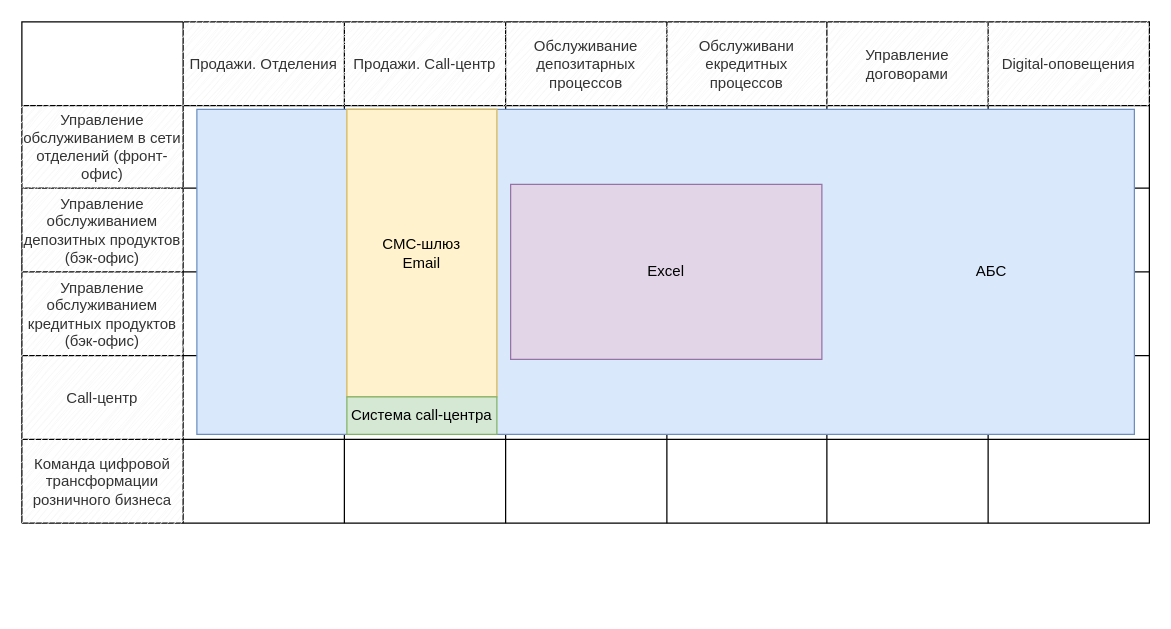
Before: Exc1/it_landscape_map.drawio in frolmr/architecture-sprint-9, a draw.io diagram. Source tidied: cells renumbered, new cells numbered last; positions are measured from the earlier drawing's top-left corner, leaving out a move shared by most shapes. Both pictures are drawn from the tidied source at 125%, with x=0, y=0 at pixel (21, 21).
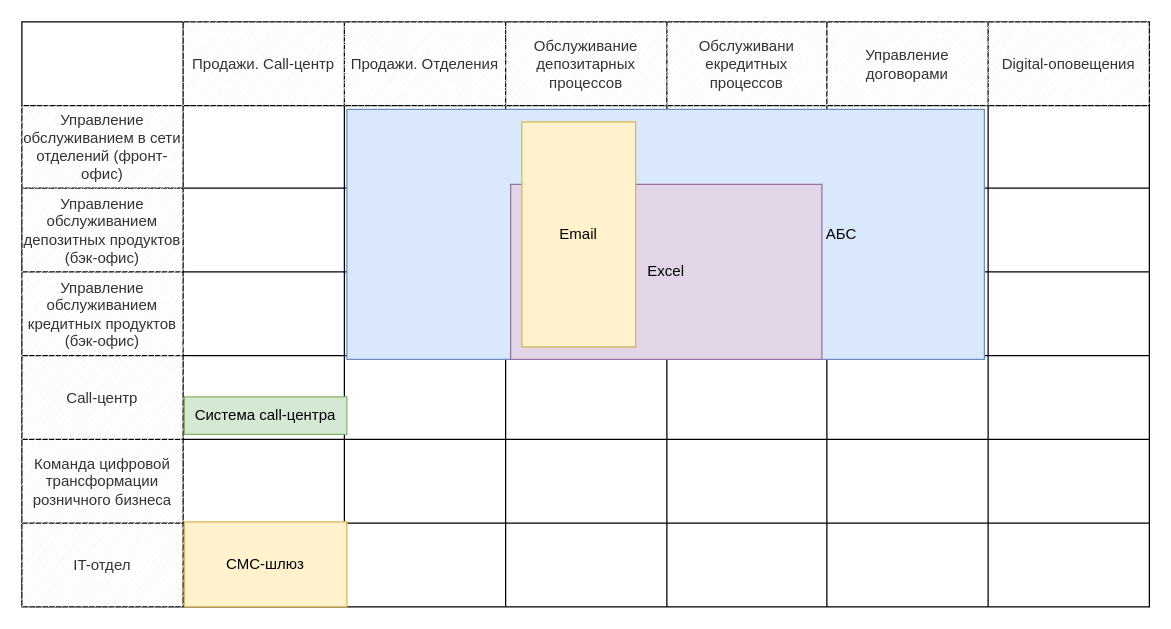
After the change.

Unchanged cells that the change refers to:
```xml
<mxCell id="3" style="shape=tableRow;horizontal=0;startSize=0;swimlaneHead=0;swimlaneBody=0;strokeColor=inherit;top=0;left=0;bottom=0;right=0;fillColor=none;fontSize=12;" parent="2" vertex="1">
  <mxGeometry width="902" height="67" as="geometry" />
</mxCell>
```

Diff of the diagram source:
```diff
@@
     <mxCell id="2" style="shape=table;startSize=0;childLayout=tableLayout;fontSize=12;align=center;" parent="1" vertex="1">
-      <mxGeometry width="902" height="401" as="geometry" />
+      <mxGeometry width="902" height="468" as="geometry" />
     </mxCell>
@@
-    <mxCell id="5" value="Продажи. Отделения" style="shape=partialRectangle;html=1;whiteSpace=wrap;strokeColor=#666666;overflow=hidden;fillColor=#f5f5f5;top=0;left=0;bottom=0;right=0;fontSize=12;fontColor=#333333;sketch=1;curveFitting=1;jiggle=2;" parent="3" vertex="1">
+    <mxCell id="5" value="&lt;div&gt;Продажи. Call-центр&lt;/div&gt;" style="shape=partialRectangle;html=1;whiteSpace=wrap;strokeColor=#666666;overflow=hidden;fillColor=#f5f5f5;top=0;left=0;bottom=0;right=0;fontSize=12;fontColor=#333333;sketch=1;curveFitting=1;jiggle=2;" parent="3" vertex="1">
       <mxGeometry x="129" width="129" height="67" as="geometry" />
     </mxCell>
-    <mxCell id="6" value="Продажи. Call-центр" style="shape=partialRectangle;html=1;whiteSpace=wrap;strokeColor=#666666;overflow=hidden;fillColor=#f5f5f5;top=0;left=0;bottom=0;right=0;fontSize=12;fontColor=#333333;sketch=1;curveFitting=1;jiggle=2;" parent="3" vertex="1">
+    <mxCell id="6" value="Продажи. Отделения" style="shape=partialRectangle;html=1;whiteSpace=wrap;strokeColor=#666666;overflow=hidden;fillColor=#f5f5f5;top=0;left=0;bottom=0;right=0;fontSize=12;fontColor=#333333;sketch=1;curveFitting=1;jiggle=2;" parent="3" vertex="1">
       <mxGeometry x="258" width="129" height="67" as="geometry" />
     </mxCell>
@@
+    <mxCell id="55" style="shape=tableRow;horizontal=0;startSize=0;swimlaneHead=0;swimlaneBody=0;strokeColor=inherit;top=0;left=0;bottom=0;right=0;fillColor=none;fontSize=12;" parent="2" vertex="1">
+      <mxGeometry y="401" width="902" height="67" as="geometry" />
+    </mxCell>
+    <mxCell id="56" value="IT-отдел" style="shape=partialRectangle;html=1;whiteSpace=wrap;strokeColor=#666666;overflow=hidden;fillColor=#f5f5f5;top=0;left=0;bottom=0;right=0;fontSize=12;fontColor=#333333;sketch=1;curveFitting=1;jiggle=2;" parent="55" vertex="1">
+      <mxGeometry width="129" height="67" as="geometry" />
+    </mxCell>
+    <mxCell id="57" style="shape=partialRectangle;html=1;whiteSpace=wrap;strokeColor=inherit;overflow=hidden;fillColor=none;top=0;left=0;bottom=0;right=0;fontSize=12;" parent="55" vertex="1">
+      <mxGeometry x="129" width="129" height="67" as="geometry" />
+    </mxCell>
+    <mxCell id="58" style="shape=partialRectangle;html=1;whiteSpace=wrap;strokeColor=inherit;overflow=hidden;fillColor=none;top=0;left=0;bottom=0;right=0;fontSize=12;" parent="55" vertex="1">
+      <mxGeometry x="258" width="129" height="67" as="geometry" />
+    </mxCell>
+    <mxCell id="59" style="shape=partialRectangle;html=1;whiteSpace=wrap;strokeColor=inherit;overflow=hidden;fillColor=none;top=0;left=0;bottom=0;right=0;fontSize=12;" parent="55" vertex="1">
+      <mxGeometry x="387" width="129" height="67" as="geometry" />
+    </mxCell>
+    <mxCell id="60" style="shape=partialRectangle;html=1;whiteSpace=wrap;strokeColor=inherit;overflow=hidden;fillColor=none;top=0;left=0;bottom=0;right=0;fontSize=12;" parent="55" vertex="1">
+      <mxGeometry x="516" width="128" height="67" as="geometry" />
+    </mxCell>
+    <mxCell id="61" style="shape=partialRectangle;html=1;whiteSpace=wrap;strokeColor=inherit;overflow=hidden;fillColor=none;top=0;left=0;bottom=0;right=0;fontSize=12;" parent="55" vertex="1">
+      <mxGeometry x="644" width="129" height="67" as="geometry" />
+    </mxCell>
+    <mxCell id="62" style="shape=partialRectangle;html=1;whiteSpace=wrap;strokeColor=inherit;overflow=hidden;fillColor=none;top=0;left=0;bottom=0;right=0;fontSize=12;" parent="55" vertex="1">
+      <mxGeometry x="773" width="129" height="67" as="geometry" />
+    </mxCell>
     <mxCell id="51" value="АБС" style="rounded=0;whiteSpace=wrap;html=1;fillColor=#dae8fc;strokeColor=#6c8ebf;align=right;spacingRight=100;" parent="1" vertex="1">
-      <mxGeometry x="140" y="70" width="750" height="260" as="geometry" />
+      <mxGeometry x="260" y="70" width="510" height="200" as="geometry" />
     </mxCell>
-    <mxCell id="52" value="&lt;div&gt;СМС-шлюз&lt;/div&gt;Email" style="rounded=0;whiteSpace=wrap;html=1;fillColor=#fff2cc;strokeColor=#d6b656;" parent="1" vertex="1">
-      <mxGeometry x="260" y="70" width="120" height="230" as="geometry" />
+    <mxCell id="52" value="&lt;div&gt;СМС-шлюз&lt;/div&gt;" style="rounded=0;whiteSpace=wrap;html=1;fillColor=#fff2cc;strokeColor=#d6b656;" parent="1" vertex="1">
+      <mxGeometry x="130" y="400" width="130" height="68" as="geometry" />
     </mxCell>
     <mxCell id="53" value="Система call-центра" style="rounded=0;whiteSpace=wrap;html=1;fillColor=#d5e8d4;strokeColor=#82b366;" parent="1" vertex="1">
-      <mxGeometry x="260" y="300" width="120" height="30" as="geometry" />
+      <mxGeometry x="130" y="300" width="130" height="30" as="geometry" />
     </mxCell>
@@
+    <mxCell id="63" value="Email" style="rounded=0;whiteSpace=wrap;html=1;fillColor=#fff2cc;strokeColor=#d6b656;" parent="1" vertex="1">
+      <mxGeometry x="400" y="80" width="91" height="180" as="geometry" />
+    </mxCell>
```
